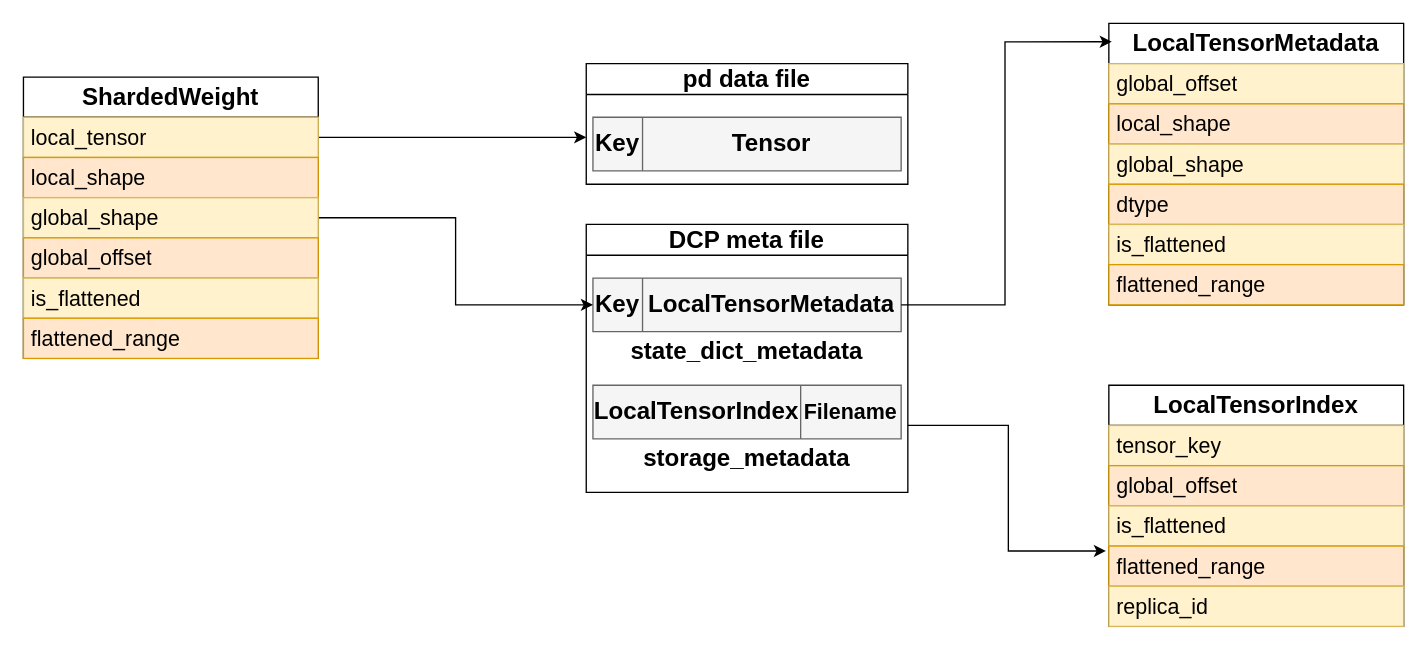
zty-king/zty-king keeps this draw.io diagram as drawio_images/DCP_meta_file.drawio. Above is the earlier version. Source tidied: cells renumbered, new cells numbered last; positions are measured from the earlier drawing's top-left corner, leaving out a move shared by most shapes. Both pictures are drawn from the tidied source at 134%, with x=0, y=0 at pixel (23, 23).
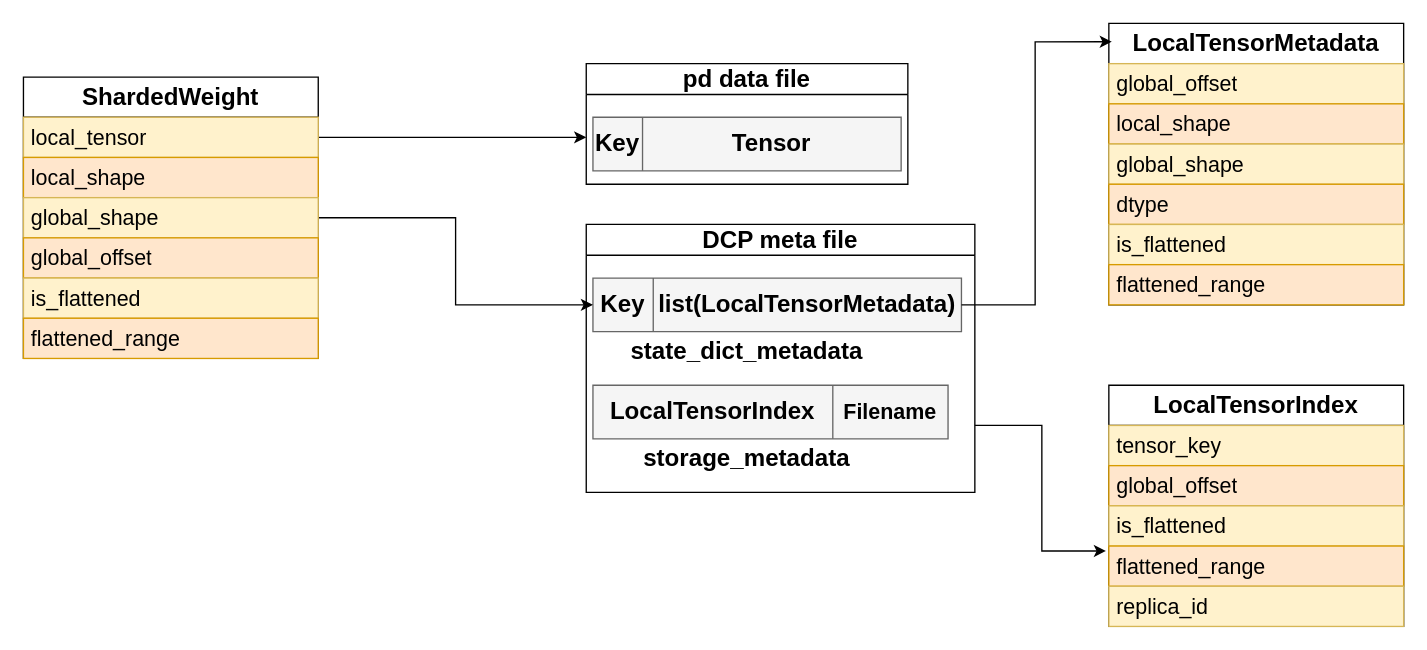
The same page after the edit.

Change to the diagram source:
```diff
@@
     <mxCell id="2" value="&lt;font style=&quot;font-size: 18px;&quot;&gt;DCP meta file&lt;/font&gt;" style="swimlane;whiteSpace=wrap;html=1;" parent="1" vertex="1">
-      <mxGeometry x="420" y="150" width="240" height="200" as="geometry" />
+      <mxGeometry x="420" y="150" width="290" height="200" as="geometry" />
     </mxCell>
@@
     <mxCell id="5" style="shape=table;startSize=0;childLayout=tableLayout;fontSize=16;fillColor=#f5f5f5;fontColor=#333333;strokeColor=#666666;" parent="2" vertex="1">
-      <mxGeometry x="5" y="40" width="230" height="40" as="geometry" />
+      <mxGeometry x="5" y="40" width="275" height="40" as="geometry" />
     </mxCell>
     <mxCell id="6" style="shape=tableRow;horizontal=0;startSize=0;swimlaneHead=0;swimlaneBody=0;strokeColor=inherit;top=0;left=0;bottom=0;right=0;fillColor=none;points=[[0,0.5],[1,0.5]];portConstraint=eastwest;fontSize=16;" parent="5" vertex="1">
-      <mxGeometry width="230" height="40" as="geometry" />
+      <mxGeometry width="275" height="40" as="geometry" />
     </mxCell>
     <mxCell id="7" value="&lt;font style=&quot;font-size: 18px;&quot;&gt;&lt;b&gt;Key&lt;/b&gt;&lt;/font&gt;" style="shape=partialRectangle;html=1;whiteSpace=wrap;strokeColor=inherit;overflow=hidden;fillColor=none;top=0;left=0;bottom=0;right=0;fontSize=16;" parent="6" vertex="1">
-      <mxGeometry width="37" height="40" as="geometry" />
+      <mxGeometry width="45" height="40" as="geometry" />
     </mxCell>
-    <mxCell id="8" value="&lt;font style=&quot;font-size: 18px;&quot;&gt;&lt;b&gt;LocalTensorMetadata&lt;/b&gt;&lt;/font&gt;" style="shape=partialRectangle;html=1;whiteSpace=wrap;strokeColor=inherit;overflow=hidden;fillColor=none;top=0;left=0;bottom=0;right=0;fontSize=16;" parent="6" vertex="1">
-      <mxGeometry x="37" width="193" height="40" as="geometry" />
+    <mxCell id="8" value="&lt;font style=&quot;font-size: 18px;&quot;&gt;&lt;b&gt;list(LocalTensorMetadata)&lt;/b&gt;&lt;/font&gt;" style="shape=partialRectangle;html=1;whiteSpace=wrap;strokeColor=inherit;overflow=hidden;fillColor=none;top=0;left=0;bottom=0;right=0;fontSize=16;" parent="6" vertex="1">
+      <mxGeometry x="45" width="230" height="40" as="geometry" />
     </mxCell>
     <mxCell id="9" style="shape=table;startSize=0;childLayout=tableLayout;fontSize=16;fillColor=#f5f5f5;fontColor=#333333;strokeColor=#666666;" parent="2" vertex="1">
-      <mxGeometry x="5" y="120" width="230" height="40" as="geometry" />
+      <mxGeometry x="5" y="120" width="265" height="40" as="geometry" />
     </mxCell>
     <mxCell id="10" style="shape=tableRow;horizontal=0;startSize=0;swimlaneHead=0;swimlaneBody=0;strokeColor=inherit;top=0;left=0;bottom=0;right=0;fillColor=none;fontSize=16;" parent="9" vertex="1">
-      <mxGeometry width="230" height="40" as="geometry" />
+      <mxGeometry width="265" height="40" as="geometry" />
     </mxCell>
     <mxCell id="11" value="&lt;b style=&quot;font-size: 18px;&quot;&gt;LocalTensorIndex&lt;/b&gt;" style="shape=partialRectangle;html=1;whiteSpace=wrap;strokeColor=inherit;overflow=hidden;fillColor=none;top=0;left=0;bottom=0;right=0;fontSize=16;" parent="10" vertex="1">
-      <mxGeometry width="155" height="40" as="geometry" />
+      <mxGeometry width="179" height="40" as="geometry" />
     </mxCell>
     <mxCell id="12" value="&lt;b&gt;Filename&lt;/b&gt;" style="shape=partialRectangle;html=1;whiteSpace=wrap;strokeColor=inherit;overflow=hidden;fillColor=none;top=0;left=0;bottom=0;right=0;fontSize=16;" parent="10" vertex="1">
-      <mxGeometry x="155" width="75" height="40" as="geometry" />
+      <mxGeometry x="179" width="86" height="40" as="geometry" />
     </mxCell>
```
